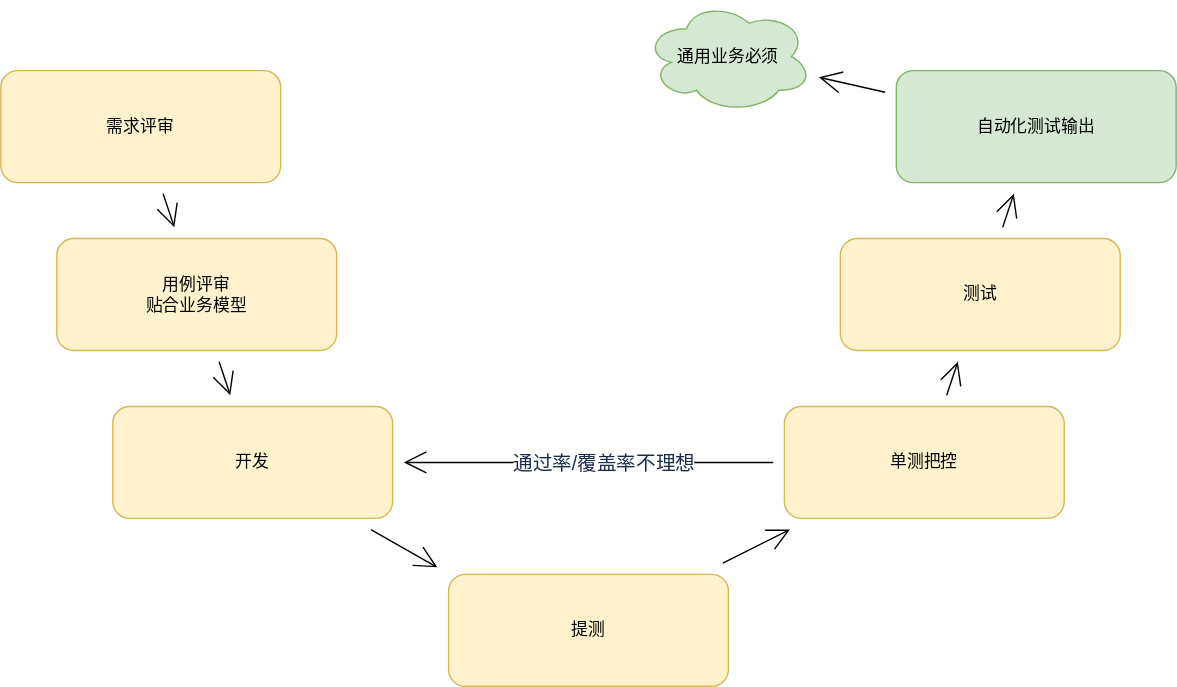
This is ddt.drawio.svg from fsdmp/diagrams, a draw.io export, as it was before one commit. Source tidied: cells renumbered, new cells last; positions are measured from the earlier drawing's top-left corner, leaving out a move shared by most shapes.
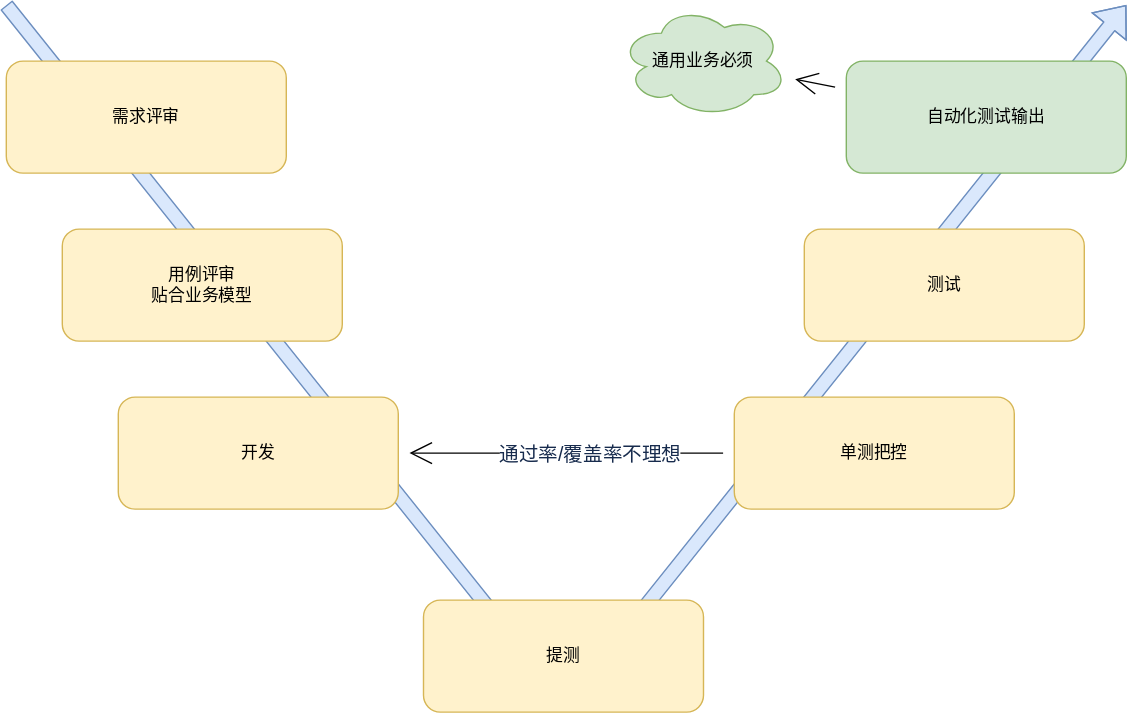
After the commit.

What changed in the source:
```diff
@@ -2,21 +2,21 @@
   <root>
     <mxCell id="0" />
     <mxCell id="1" parent="0" />
-    <mxCell id="2" style="edgeStyle=none;curved=1;rounded=0;jettySize=auto;html=1;endArrow=open;startSize=14;endSize=14;sourcePerimeterSpacing=8;targetPerimeterSpacing=8;" parent="1" edge="1" source="3" target="5">
-      <mxGeometry relative="1" as="geometry" />
-    </mxCell>
+    <mxCell id="19" style="endArrow=classic;html=1;sourcePerimeterSpacing=8;targetPerimeterSpacing=8;fillColor=#dae8fc;strokeColor=#6c8ebf;jumpSize=6;shape=flexArrow;" parent="1" edge="1">
+      <mxGeometry relative="1" as="geometry">
+        <mxPoint x="22" y="-15" as="sourcePoint" />
+        <mxPoint x="822" y="-15" as="targetPoint" />
+        <Array as="points">
+          <mxPoint x="422" y="485" />
+        </Array>
+      </mxGeometry>
+    </mxCell>
     <mxCell id="3" value="需求评审" style="rounded=1;whiteSpace=wrap;html=1;hachureGap=4;fillColor=#fff2cc;strokeColor=#d6b656;" parent="1" vertex="1">
-      <mxGeometry y="50" width="200" height="80" as="geometry" />
+      <mxGeometry x="22" y="25" width="200" height="80" as="geometry" />
     </mxCell>
-    <mxCell id="4" style="edgeStyle=none;curved=1;rounded=0;jettySize=auto;html=1;endArrow=open;startSize=14;endSize=14;sourcePerimeterSpacing=8;targetPerimeterSpacing=8;" parent="1" edge="1" source="5" target="11">
-      <mxGeometry relative="1" as="geometry" />
-    </mxCell>
     <mxCell id="5" value="用例评审&lt;br&gt;贴合业务模型" style="rounded=1;whiteSpace=wrap;html=1;hachureGap=4;fillColor=#fff2cc;strokeColor=#d6b656;" parent="1" vertex="1">
-      <mxGeometry x="40" y="170" width="200" height="80" as="geometry" />
+      <mxGeometry x="62" y="145" width="200" height="80" as="geometry" />
     </mxCell>
-    <mxCell id="6" style="edgeStyle=none;curved=1;rounded=0;jettySize=auto;html=1;endArrow=open;startSize=14;endSize=14;sourcePerimeterSpacing=8;targetPerimeterSpacing=8;" parent="1" edge="1" source="9" target="13">
-      <mxGeometry relative="1" as="geometry" />
-    </mxCell>
     <mxCell id="7" style="edgeStyle=none;curved=1;rounded=0;jettySize=auto;html=1;endArrow=open;startSize=14;endSize=14;sourcePerimeterSpacing=8;targetPerimeterSpacing=8;" parent="1" edge="1" source="9" target="11">
       <mxGeometry relative="1" as="geometry" />
     </mxCell>
@@ -26,34 +26,23 @@
       </mxGeometry>
     </mxCell>
     <mxCell id="9" value="单测把控" style="rounded=1;whiteSpace=wrap;html=1;hachureGap=4;fillColor=#fff2cc;strokeColor=#d6b656;" parent="1" vertex="1">
-      <mxGeometry x="560" y="290" width="200" height="80" as="geometry" />
+      <mxGeometry x="542" y="265" width="200" height="80" as="geometry" />
     </mxCell>
-    <mxCell id="10" style="edgeStyle=none;curved=1;rounded=0;jettySize=auto;html=1;endArrow=open;startSize=14;endSize=14;sourcePerimeterSpacing=8;targetPerimeterSpacing=8;" parent="1" edge="1" source="11">
-      <mxGeometry relative="1" as="geometry">
-        <mxPoint x="312" y="405" as="targetPoint" />
-      </mxGeometry>
-    </mxCell>
     <mxCell id="11" value="开发" style="rounded=1;whiteSpace=wrap;html=1;hachureGap=4;fillColor=#fff2cc;strokeColor=#d6b656;" parent="1" vertex="1">
-      <mxGeometry x="80" y="290" width="200" height="80" as="geometry" />
+      <mxGeometry x="102" y="265" width="200" height="80" as="geometry" />
     </mxCell>
-    <mxCell id="12" style="edgeStyle=none;curved=1;rounded=0;jettySize=auto;html=1;endArrow=open;startSize=14;endSize=14;sourcePerimeterSpacing=8;targetPerimeterSpacing=8;" parent="1" edge="1" source="13" target="15">
-      <mxGeometry relative="1" as="geometry" />
-    </mxCell>
     <mxCell id="13" value="测试" style="rounded=1;whiteSpace=wrap;html=1;hachureGap=4;fillColor=#fff2cc;strokeColor=#d6b656;" parent="1" vertex="1">
-      <mxGeometry x="600" y="170" width="200" height="80" as="geometry" />
+      <mxGeometry x="592" y="145" width="200" height="80" as="geometry" />
     </mxCell>
     <mxCell id="14" style="edgeStyle=none;curved=1;rounded=0;jettySize=auto;html=1;endArrow=open;startSize=14;endSize=14;sourcePerimeterSpacing=8;targetPerimeterSpacing=8;" parent="1" edge="1" source="15" target="16">
       <mxGeometry relative="1" as="geometry" />
     </mxCell>
     <mxCell id="15" value="自动化测试输出" style="rounded=1;whiteSpace=wrap;html=1;hachureGap=4;fillColor=#d5e8d4;strokeColor=#82b366;" parent="1" vertex="1">
-      <mxGeometry x="640" y="50" width="200" height="80" as="geometry" />
+      <mxGeometry x="622" y="25" width="200" height="80" as="geometry" />
     </mxCell>
     <mxCell id="16" value="通用业务必须" style="ellipse;shape=cloud;whiteSpace=wrap;html=1;rounded=1;strokeColor=#82b366;fillColor=#d5e8d4;hachureGap=4;" parent="1" vertex="1">
-      <mxGeometry x="460" width="120" height="80" as="geometry" />
+      <mxGeometry x="460" y="-15" width="120" height="80" as="geometry" />
     </mxCell>
-    <mxCell id="17" style="edgeStyle=none;curved=1;rounded=0;jettySize=auto;html=1;endArrow=open;startSize=14;endSize=14;sourcePerimeterSpacing=8;targetPerimeterSpacing=8;" parent="1" edge="1" source="18" target="9">
-      <mxGeometry relative="1" as="geometry" />
-    </mxCell>
     <mxCell id="18" value="提测" style="rounded=1;whiteSpace=wrap;html=1;hachureGap=4;fillColor=#fff2cc;strokeColor=#d6b656;" parent="1" vertex="1">
       <mxGeometry x="320" y="410" width="200" height="80" as="geometry" />
     </mxCell>
```
